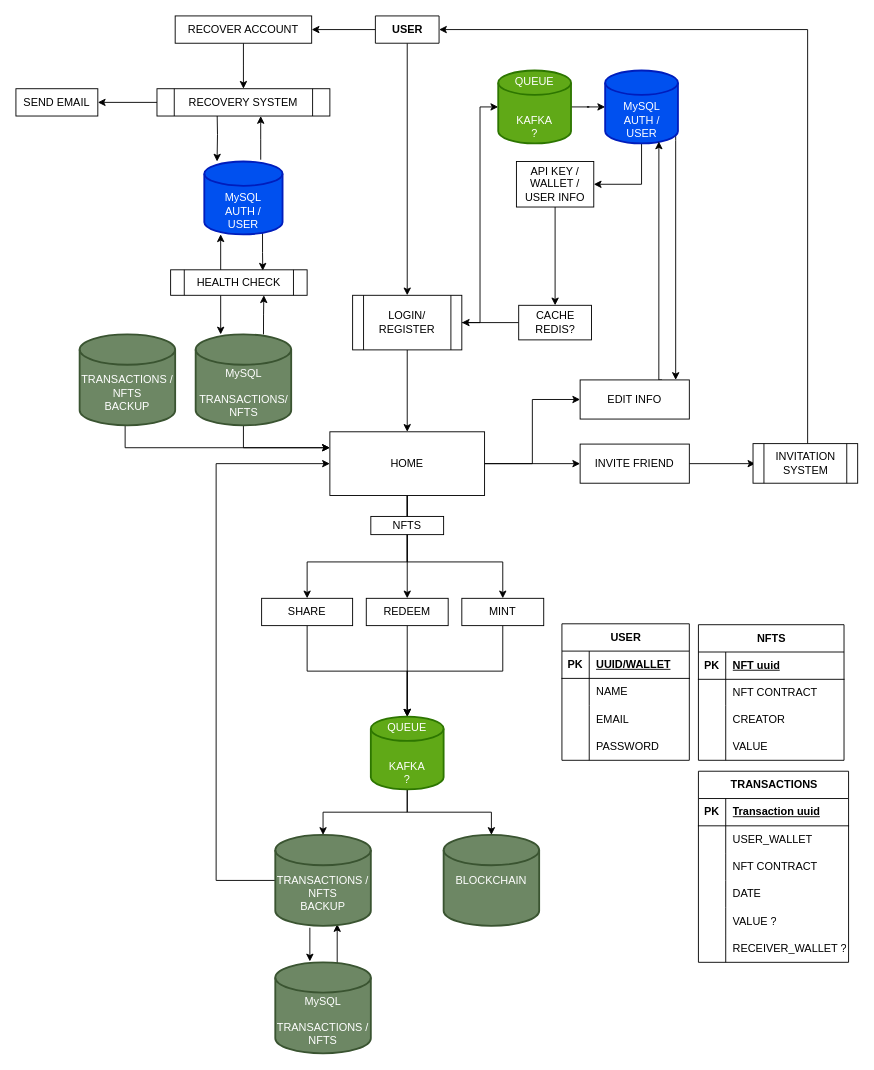
Above: Diagrama sem nome.drawio in LucasR29/pegae (draw.io), before the change. Source tidied: cells renumbered, new cells numbered last; positions are measured from the earlier drawing's top-left corner, leaving out a move shared by most shapes. Both pictures are drawn from the tidied source at 91%, with x=0, y=0 at pixel (15, 15).
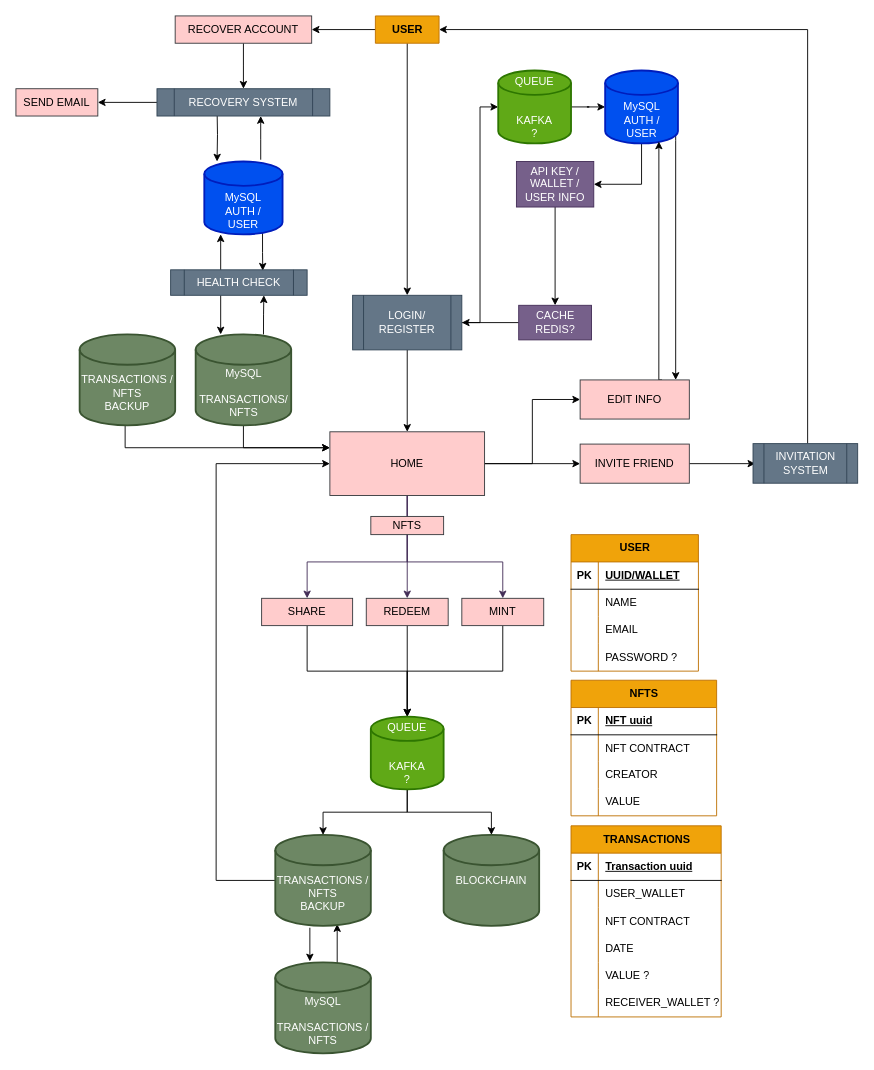
Above is the later version.

Unchanged cells that the change refers to:
```xml
<mxCell id="99" style="shape=tableRow;horizontal=0;startSize=0;swimlaneHead=0;swimlaneBody=0;fillColor=none;top=0;left=0;right=0;bottom=0;" parent="89" vertex="1">
  <mxGeometry y="120" width="140" height="30" as="geometry" />
</mxCell>
```

What changed in the source:
```diff
@@
-    <mxCell id="7" value="USER" style="shape=table;startSize=30;childLayout=tableLayout;rowLines=0;fontStyle=1;align=center;html=1;" parent="1" vertex="1" collapsed="1">
+    <mxCell id="7" value="USER" style="shape=table;startSize=30;childLayout=tableLayout;rowLines=0;fontStyle=1;align=center;html=1;fillColor=#f0a30a;fontColor=#000000;strokeColor=#BD7000;" parent="1" vertex="1" collapsed="1">
       <mxGeometry x="395" width="70" height="30" as="geometry" />
     </mxCell>
@@
-    <mxCell id="10" value="LOGIN/&lt;br&gt;REGISTER" style="shape=process;whiteSpace=wrap;html=1;backgroundOutline=1;" parent="1" vertex="1">
+    <mxCell id="10" value="LOGIN/&lt;br&gt;REGISTER" style="shape=process;whiteSpace=wrap;html=1;backgroundOutline=1;fillColor=#647687;strokeColor=#314354;fontColor=#ffffff;" parent="1" vertex="1">
       <mxGeometry x="370" y="307" width="120" height="60" as="geometry" />
     </mxCell>
-    <mxCell id="11" style="edgeStyle=orthogonalEdgeStyle;rounded=0;jettySize=auto;html=1;entryX=0.5;entryY=0;entryDx=0;entryDy=0;" parent="1" edge="1" source="16" target="27">
+    <mxCell id="11" style="edgeStyle=orthogonalEdgeStyle;rounded=0;jettySize=auto;html=1;entryX=0.5;entryY=0;entryDx=0;entryDy=0;fillColor=#76608a;strokeColor=#432D57;" parent="1" edge="1" source="16" target="27">
       <mxGeometry relative="1" as="geometry" />
     </mxCell>
-    <mxCell id="12" style="edgeStyle=orthogonalEdgeStyle;rounded=0;jettySize=auto;html=1;entryX=0.5;entryY=0;entryDx=0;entryDy=0;" parent="1" edge="1" source="16" target="20">
+    <mxCell id="12" style="edgeStyle=orthogonalEdgeStyle;rounded=0;jettySize=auto;html=1;entryX=0.5;entryY=0;entryDx=0;entryDy=0;fillColor=#76608a;strokeColor=#432D57;" parent="1" edge="1" source="16" target="20">
       <mxGeometry relative="1" as="geometry">
         <Array as="points">
           <mxPoint x="430" y="600" />
           <mxPoint x="535" y="600" />
         </Array>
       </mxGeometry>
     </mxCell>
-    <mxCell id="13" style="edgeStyle=orthogonalEdgeStyle;rounded=0;jettySize=auto;html=1;entryX=0.5;entryY=0;entryDx=0;entryDy=0;" parent="1" edge="1" source="16" target="22">
+    <mxCell id="13" style="edgeStyle=orthogonalEdgeStyle;rounded=0;jettySize=auto;html=1;entryX=0.5;entryY=0;entryDx=0;entryDy=0;fillColor=#76608a;strokeColor=#432D57;" parent="1" edge="1" source="16" target="22">
       <mxGeometry relative="1" as="geometry">
         <Array as="points">
           <mxPoint x="430" y="600" />
           <mxPoint x="320" y="600" />
         </Array>
       </mxGeometry>
     </mxCell>
@@
-    <mxCell id="16" value="HOME" style="rounded=0;whiteSpace=wrap;html=1;" parent="1" vertex="1">
+    <mxCell id="16" value="HOME" style="rounded=0;whiteSpace=wrap;html=1;fillColor=#ffcccc;strokeColor=#36393d;" parent="1" vertex="1">
       <mxGeometry x="345" y="457" width="170" height="70" as="geometry" />
     </mxCell>
@@
-    <mxCell id="20" value="MINT" style="rounded=0;whiteSpace=wrap;html=1;" parent="1" vertex="1">
+    <mxCell id="20" value="MINT" style="rounded=0;whiteSpace=wrap;html=1;fillColor=#ffcccc;strokeColor=#36393d;" parent="1" vertex="1">
       <mxGeometry x="490" y="640" width="90" height="30" as="geometry" />
     </mxCell>
@@
-    <mxCell id="22" value="SHARE" style="rounded=0;whiteSpace=wrap;html=1;" parent="1" vertex="1">
+    <mxCell id="22" value="SHARE" style="rounded=0;whiteSpace=wrap;html=1;fillColor=#ffcccc;strokeColor=#36393d;" parent="1" vertex="1">
       <mxGeometry x="270" y="640" width="100" height="30" as="geometry" />
     </mxCell>
@@
-    <mxCell id="27" value="REDEEM" style="rounded=0;whiteSpace=wrap;html=1;" parent="1" vertex="1">
+    <mxCell id="27" value="REDEEM" style="rounded=0;whiteSpace=wrap;html=1;fillColor=#ffcccc;strokeColor=#36393d;" parent="1" vertex="1">
       <mxGeometry x="385" y="640" width="90" height="30" as="geometry" />
     </mxCell>
@@
-    <mxCell id="33" value="EDIT INFO" style="rounded=0;whiteSpace=wrap;html=1;" parent="1" vertex="1">
+    <mxCell id="33" value="EDIT INFO" style="rounded=0;whiteSpace=wrap;html=1;fillColor=#ffcccc;strokeColor=#36393d;" parent="1" vertex="1">
       <mxGeometry x="620" y="400" width="120" height="43" as="geometry" />
     </mxCell>
@@
-    <mxCell id="35" value="INVITE FRIEND" style="rounded=0;whiteSpace=wrap;html=1;" parent="1" vertex="1">
+    <mxCell id="35" value="INVITE FRIEND" style="rounded=0;whiteSpace=wrap;html=1;fillColor=#ffcccc;strokeColor=#36393d;" parent="1" vertex="1">
       <mxGeometry x="620" y="470.5" width="120" height="43" as="geometry" />
     </mxCell>
@@
-    <mxCell id="37" value="INVITATION SYSTEM" style="shape=process;whiteSpace=wrap;html=1;backgroundOutline=1;" parent="1" vertex="1">
+    <mxCell id="37" value="INVITATION SYSTEM" style="shape=process;whiteSpace=wrap;html=1;backgroundOutline=1;fillColor=#647687;strokeColor=#314354;fontColor=#ffffff;" parent="1" vertex="1">
       <mxGeometry x="810" y="470" width="115" height="43.5" as="geometry" />
     </mxCell>
-    <mxCell id="38" value="NFTS" style="rounded=0;whiteSpace=wrap;html=1;" parent="1" vertex="1">
+    <mxCell id="38" value="NFTS" style="rounded=0;whiteSpace=wrap;html=1;fillColor=#ffcccc;strokeColor=#36393d;" parent="1" vertex="1">
       <mxGeometry x="390" y="550" width="80" height="20" as="geometry" />
     </mxCell>
@@
-    <mxCell id="40" value="RECOVER ACCOUNT" style="rounded=0;whiteSpace=wrap;html=1;" parent="1" vertex="1">
+    <mxCell id="40" value="RECOVER ACCOUNT" style="rounded=0;whiteSpace=wrap;html=1;fillColor=#ffcccc;strokeColor=#36393d;" parent="1" vertex="1">
       <mxGeometry x="175" width="150" height="30" as="geometry" />
     </mxCell>
@@
-    <mxCell id="43" value="RECOVERY SYSTEM" style="shape=process;whiteSpace=wrap;html=1;backgroundOutline=1;" parent="1" vertex="1">
+    <mxCell id="43" value="RECOVERY SYSTEM" style="shape=process;whiteSpace=wrap;html=1;backgroundOutline=1;fillColor=#647687;strokeColor=#314354;fontColor=#ffffff;" parent="1" vertex="1">
       <mxGeometry x="155" y="80" width="190" height="30" as="geometry" />
     </mxCell>
-    <mxCell id="44" value="SEND EMAIL" style="rounded=0;whiteSpace=wrap;html=1;" parent="1" vertex="1">
+    <mxCell id="44" value="SEND EMAIL" style="rounded=0;whiteSpace=wrap;html=1;fillColor=#ffcccc;strokeColor=#36393d;" parent="1" vertex="1">
       <mxGeometry y="80" width="90" height="30" as="geometry" />
     </mxCell>
-    <mxCell id="45" value="TRANSACTIONS" style="shape=table;startSize=30;childLayout=tableLayout;rowLines=0;fontStyle=1;align=center;html=1;" parent="1" vertex="1">
-      <mxGeometry x="750" y="830" width="165" height="210" as="geometry" />
+    <mxCell id="45" value="TRANSACTIONS" style="shape=table;startSize=30;childLayout=tableLayout;rowLines=0;fontStyle=1;align=center;html=1;fillColor=#f0a30a;fontColor=#000000;strokeColor=#BD7000;" parent="1" vertex="1">
+      <mxGeometry x="610" y="890" width="165" height="210" as="geometry" />
     </mxCell>
@@
-    <mxCell id="69" value="HEALTH CHECK" style="shape=process;whiteSpace=wrap;html=1;backgroundOutline=1;" parent="1" vertex="1">
+    <mxCell id="69" value="HEALTH CHECK" style="shape=process;whiteSpace=wrap;html=1;backgroundOutline=1;fillColor=#647687;strokeColor=#314354;fontColor=#ffffff;" parent="1" vertex="1">
       <mxGeometry x="170" y="279" width="150" height="28" as="geometry" />
     </mxCell>
@@
-    <mxCell id="71" value="API KEY /&lt;br&gt;WALLET /&lt;br&gt;USER INFO" style="rounded=0;whiteSpace=wrap;html=1;" parent="1" vertex="1">
+    <mxCell id="71" value="API KEY /&lt;br&gt;WALLET /&lt;br&gt;USER INFO" style="rounded=0;whiteSpace=wrap;html=1;fillColor=#76608a;fontColor=#ffffff;strokeColor=#432D57;" parent="1" vertex="1">
       <mxGeometry x="550" y="160" width="85" height="50" as="geometry" />
     </mxCell>
@@
-    <mxCell id="73" value="CACHE&lt;br&gt;REDIS?" style="whiteSpace=wrap;html=1;" parent="1" vertex="1">
+    <mxCell id="73" value="CACHE&lt;br&gt;REDIS?" style="whiteSpace=wrap;html=1;fillColor=#76608a;fontColor=#ffffff;strokeColor=#432D57;" parent="1" vertex="1">
       <mxGeometry x="552.5" y="318" width="80" height="38" as="geometry" />
     </mxCell>
-    <mxCell id="74" value="NFTS" style="shape=table;startSize=30;childLayout=tableLayout;rowLines=0;fontStyle=1;align=center;html=1;" parent="1" vertex="1">
-      <mxGeometry x="750" y="669" width="160" height="149" as="geometry" />
+    <mxCell id="74" value="NFTS" style="shape=table;startSize=30;childLayout=tableLayout;rowLines=0;fontStyle=1;align=center;html=1;fillColor=#f0a30a;fontColor=#000000;strokeColor=#BD7000;" parent="1" vertex="1">
+      <mxGeometry x="610" y="730" width="160" height="149" as="geometry" />
     </mxCell>
@@
-    <mxCell id="89" value="USER" style="shape=table;startSize=30;childLayout=tableLayout;rowLines=0;fontStyle=1;align=center;html=1;" parent="1" vertex="1">
-      <mxGeometry x="600" y="668" width="140" height="150" as="geometry" />
+    <mxCell id="89" value="USER" style="shape=table;startSize=30;childLayout=tableLayout;rowLines=0;fontStyle=1;align=center;html=1;fillColor=#f0a30a;fontColor=#000000;strokeColor=#BD7000;" parent="1" vertex="1">
+      <mxGeometry x="610" y="570" width="140" height="150" as="geometry" />
     </mxCell>
@@
-    <mxCell id="101" value="PASSWORD" style="shape=partialRectangle;fillColor=none;top=0;left=0;bottom=0;right=0;align=left;spacingLeft=6;overflow=hidden;whiteSpace=wrap;html=1;" parent="99" vertex="1">
+    <mxCell id="101" value="PASSWORD ?" style="shape=partialRectangle;fillColor=none;top=0;left=0;bottom=0;right=0;align=left;spacingLeft=6;overflow=hidden;whiteSpace=wrap;html=1;" parent="99" vertex="1">
       <mxGeometry x="30" width="110" height="30" as="geometry" />
     </mxCell>
```
